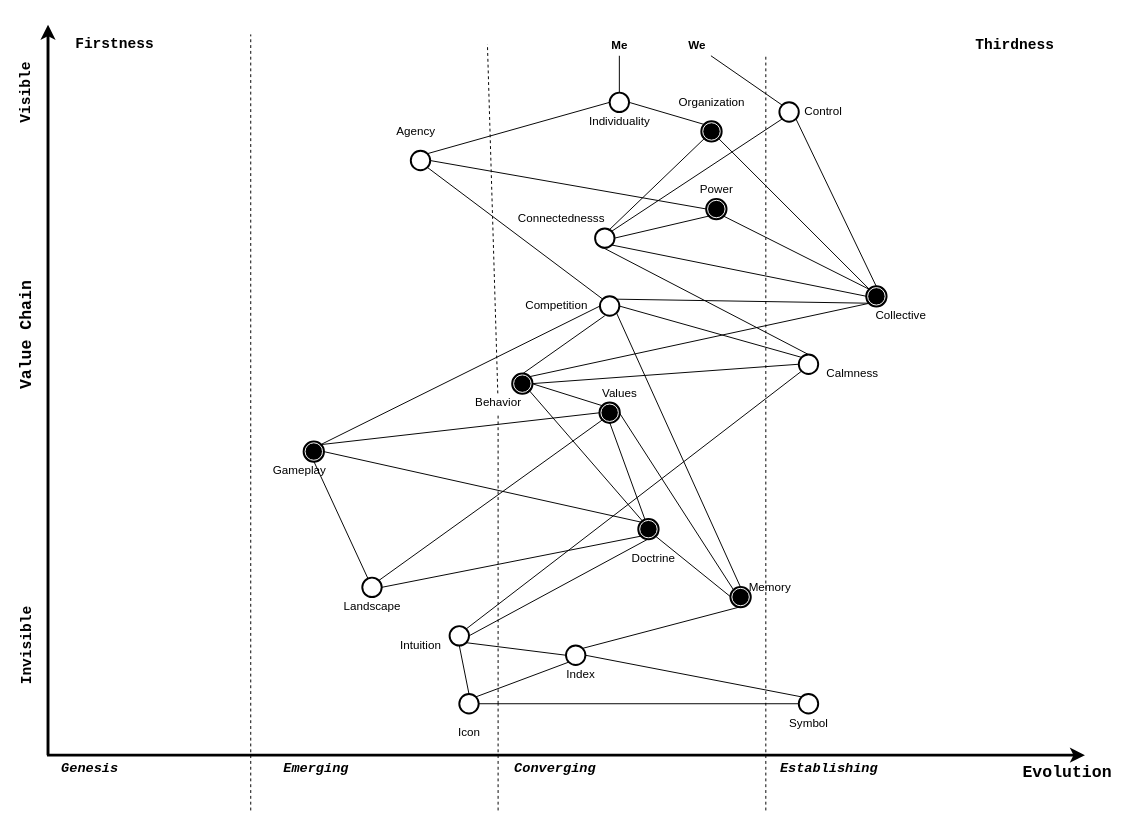
codeaudit/1 keeps this draw.io diagram as wardley_triadic_map.drawio. Above is the earlier version. Source tidied: cells renumbered, new cells numbered last; positions are measured from the earlier drawing's top-left corner, leaving out a move shared by most shapes. Both pictures are drawn from the tidied source at 97%, with x=0, y=0 at pixel (-36, 24).
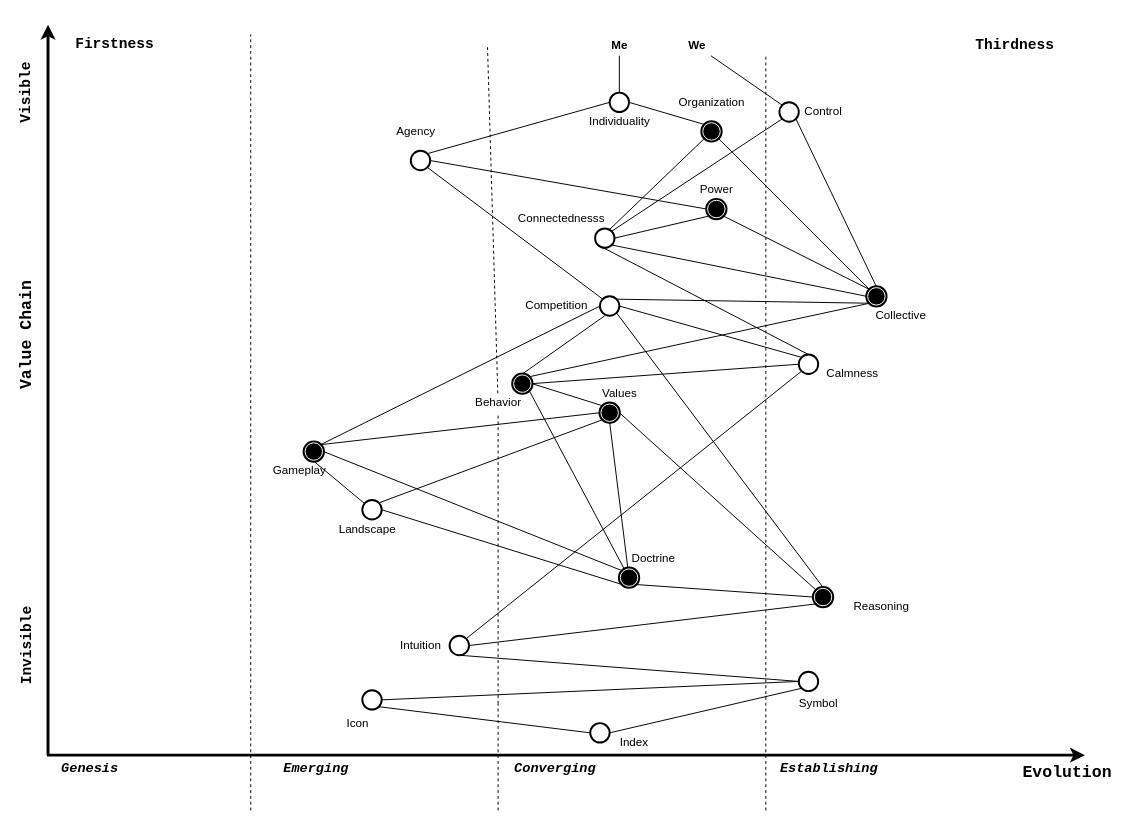
The same diagram, later.

Unchanged cells that the change refers to:
```xml
<mxCell id="33" style="shape=mxgraph.bpmn.shape;html=1;verticalLabelPosition=bottom;labelBackgroundColor=#ffffff;verticalAlign=top;align=center;perimeter=ellipsePerimeter;outlineConnect=0;outline=end;symbol=terminate;rotation=0;fontStyle=1;" parent="1" vertex="1">
  <mxGeometry x="565" y="360" width="20" height="20" as="geometry" />
</mxCell>
<mxCell id="38" value="Doctrine" style="text;html=1;align=center;verticalAlign=middle;points=[];" parent="1" vertex="1">
  <mxGeometry x="680" y="540" width="60" height="20" as="geometry" />
</mxCell>
```

Change to the diagram source:
```diff
@@
     <mxCell id="37" style="shape=mxgraph.bpmn.shape;html=1;verticalLabelPosition=bottom;labelBackgroundColor=#ffffff;verticalAlign=top;align=center;perimeter=ellipsePerimeter;outlineConnect=0;outline=end;symbol=terminate;rotation=0;fontStyle=1;" parent="1" vertex="1">
-      <mxGeometry x="695" y="510" width="20" height="20" as="geometry" />
+      <mxGeometry x="675" y="560" width="20" height="20" as="geometry" />
     </mxCell>
@@
     <mxCell id="39" style="ellipse;whiteSpace=wrap;html=1;strokeColor=#000000;fillColor=#ffffff;fontFamily=Helvetica;fontSize=13;align=center;strokeWidth=2;" parent="1" vertex="1">
-      <mxGeometry x="500" y="620" width="20" height="20" as="geometry" />
+      <mxGeometry x="500" y="630" width="20" height="20" as="geometry" />
     </mxCell>
@@
     <mxCell id="41" style="ellipse;whiteSpace=wrap;html=1;strokeColor=#000000;fillColor=#ffffff;fontFamily=Helvetica;fontSize=13;align=center;strokeWidth=2;" parent="1" vertex="1">
-      <mxGeometry x="620" y="640" width="20" height="20" as="geometry" />
+      <mxGeometry x="645" y="720" width="20" height="20" as="geometry" />
     </mxCell>
     <mxCell id="42" value="Landscape" style="text;html=1;align=center;verticalAlign=middle;" parent="1" vertex="1">
-      <mxGeometry x="385" y="590" width="70" height="20" as="geometry" />
+      <mxGeometry x="380" y="510" width="70" height="20" as="geometry" />
     </mxCell>
     <mxCell id="43" style="ellipse;whiteSpace=wrap;html=1;strokeColor=#000000;fillColor=#ffffff;fontFamily=Helvetica;fontSize=13;align=center;strokeWidth=2;" parent="1" vertex="1">
-      <mxGeometry x="860" y="690" width="20" height="20" as="geometry" />
+      <mxGeometry x="860" y="667" width="20" height="20" as="geometry" />
     </mxCell>
     <mxCell id="44" value="Symbol" style="text;html=1;align=center;verticalAlign=middle;" parent="1" vertex="1">
-      <mxGeometry x="840" y="710" width="60" height="20" as="geometry" />
+      <mxGeometry x="850" y="690" width="60" height="20" as="geometry" />
     </mxCell>
     <mxCell id="45" style="ellipse;whiteSpace=wrap;html=1;strokeColor=#000000;fillColor=#ffffff;fontFamily=Helvetica;fontSize=13;align=center;strokeWidth=2;" parent="1" vertex="1">
-      <mxGeometry x="510" y="690" width="20" height="20" as="geometry" />
+      <mxGeometry x="410" y="686" width="20" height="20" as="geometry" />
     </mxCell>
     <mxCell id="46" value="Icon" style="text;html=1;align=center;verticalAlign=middle;" parent="1" vertex="1">
-      <mxGeometry x="500" y="720" width="40" height="20" as="geometry" />
+      <mxGeometry x="385" y="710" width="40" height="20" as="geometry" />
     </mxCell>
     <mxCell id="47" style="shape=mxgraph.bpmn.shape;html=1;verticalLabelPosition=bottom;labelBackgroundColor=#ffffff;verticalAlign=top;align=center;perimeter=ellipsePerimeter;outlineConnect=0;outline=end;symbol=terminate;rotation=0;fontStyle=1;" parent="1" vertex="1">
-      <mxGeometry x="790" y="580" width="20" height="20" as="geometry" />
+      <mxGeometry x="875" y="580" width="20" height="20" as="geometry" />
     </mxCell>
-    <mxCell id="48" value="Memory" style="text;html=1;align=center;verticalAlign=middle;" parent="1" vertex="1">
-      <mxGeometry x="800" y="570" width="60" height="20" as="geometry" />
+    <mxCell id="48" value="Reasoning" style="text;html=1;align=center;verticalAlign=middle;" parent="1" vertex="1">
+      <mxGeometry x="910" y="590" width="70" height="20" as="geometry" />
     </mxCell>
@@
-    <mxCell id="76" style="endArrow=none;html=1;strokeColor=#000000;strokeWidth=1;fontFamily=Courier New;fontSize=14;fontColor=#000000;exitX=0.5;exitY=1;exitDx=0;exitDy=0;" parent="1" edge="1" source="37">
-      <mxGeometry relative="1" as="geometry">
-        <mxPoint x="520" y="630" as="targetPoint" />
-      </mxGeometry>
-    </mxCell>
-    <mxCell id="77" style="endArrow=none;html=1;strokeColor=#000000;strokeWidth=1;fontFamily=Courier New;fontSize=14;fontColor=#000000;entryX=0.5;entryY=1;entryDx=0;entryDy=0;exitX=0.5;exitY=0;exitDx=0;exitDy=0;" parent="1" edge="1" source="45" target="39">
+    <mxCell id="77" style="endArrow=none;html=1;strokeColor=#000000;strokeWidth=1;fontFamily=Courier New;fontSize=14;fontColor=#000000;entryX=0.5;entryY=1;entryDx=0;entryDy=0;exitX=0;exitY=0.5;exitDx=0;exitDy=0;" parent="1" edge="1" source="43" target="39">
       <mxGeometry relative="1" as="geometry" />
     </mxCell>
-    <mxCell id="78" style="endArrow=none;html=1;strokeColor=#000000;strokeWidth=1;fontFamily=Courier New;fontSize=14;fontColor=#000000;entryX=1;entryY=1;entryDx=0;entryDy=0;exitX=0;exitY=0.5;exitDx=0;exitDy=0;" parent="1" edge="1" source="41" target="39">
-      <mxGeometry relative="1" as="geometry" />
-    </mxCell>
     <mxCell id="79" value="Index" style="text;html=1;align=center;verticalAlign=middle;" parent="1" vertex="1">
-      <mxGeometry x="615" y="660" width="40" height="20" as="geometry" />
+      <mxGeometry x="670" y="730" width="40" height="20" as="geometry" />
     </mxCell>
@@
-    <mxCell id="81" style="endArrow=none;html=1;strokeColor=#000000;strokeWidth=1;fontFamily=Courier New;fontSize=14;fontColor=#000000;entryX=1;entryY=0.5;entryDx=0;entryDy=0;exitX=0;exitY=0;exitDx=0;exitDy=0;" parent="1" edge="1" source="43" target="41">
+    <mxCell id="81" style="endArrow=none;html=1;strokeColor=#000000;strokeWidth=1;fontFamily=Courier New;fontSize=14;fontColor=#000000;entryX=1;entryY=0.5;entryDx=0;entryDy=0;exitX=0;exitY=1;exitDx=0;exitDy=0;" parent="1" edge="1" source="43" target="41">
       <mxGeometry relative="1" as="geometry" />
     </mxCell>
@@
-    <mxCell id="83" style="endArrow=none;html=1;strokeColor=#000000;strokeWidth=1;fontFamily=Courier New;fontSize=14;fontColor=#000000;entryX=0.5;entryY=1;entryDx=0;entryDy=0;exitX=1;exitY=0;exitDx=0;exitDy=0;" parent="1" edge="1" source="41" target="47">
-      <mxGeometry relative="1" as="geometry" />
-    </mxCell>
-    <mxCell id="84" style="endArrow=none;html=1;strokeColor=#000000;strokeWidth=1;fontFamily=Courier New;fontSize=14;fontColor=#000000;entryX=0;entryY=1;entryDx=0;entryDy=0;exitX=1;exitY=0;exitDx=0;exitDy=0;" parent="1" edge="1" source="45" target="41">
+    <mxCell id="84" style="endArrow=none;html=1;strokeColor=#000000;strokeWidth=1;fontFamily=Courier New;fontSize=14;fontColor=#000000;entryX=0;entryY=0.5;entryDx=0;entryDy=0;exitX=1;exitY=1;exitDx=0;exitDy=0;" parent="1" edge="1" source="45" target="41">
       <mxGeometry relative="1" as="geometry" />
     </mxCell>
@@
     <mxCell id="89" style="ellipse;whiteSpace=wrap;html=1;strokeColor=#000000;fillColor=#ffffff;fontFamily=Helvetica;fontSize=13;align=center;strokeWidth=2;" parent="1" vertex="1">
-      <mxGeometry x="410" y="570" width="20" height="20" as="geometry" />
+      <mxGeometry x="410" y="490" width="20" height="20" as="geometry" />
     </mxCell>
-    <mxCell id="90" style="endArrow=none;html=1;strokeColor=#000000;strokeWidth=1;fontFamily=Courier New;fontSize=14;fontColor=#000000;entryX=0.855;entryY=0.855;entryDx=0;entryDy=0;entryPerimeter=0;" parent="1" edge="1" target="33">
-      <mxGeometry relative="1" as="geometry">
-        <mxPoint x="700" y="513" as="sourcePoint" />
-      </mxGeometry>
+    <mxCell id="90" style="endArrow=none;html=1;strokeColor=#000000;strokeWidth=1;fontFamily=Courier New;fontSize=14;fontColor=#000000;entryX=0.855;entryY=0.855;entryDx=0;entryDy=0;entryPerimeter=0;exitX=0;exitY=1.05;exitDx=0;exitDy=0;exitPerimeter=0;" parent="1" edge="1" source="38" target="33">
+      <mxGeometry relative="1" as="geometry" />
     </mxCell>
@@
+    <mxCell id="98" style="endArrow=none;html=1;strokeColor=#000000;strokeWidth=1;fontFamily=Courier New;fontSize=14;fontColor=#000000;exitX=1;exitY=0.5;exitDx=0;exitDy=0;entryX=0.145;entryY=0.855;entryDx=0;entryDy=0;entryPerimeter=0;" parent="1" edge="1" source="39" target="47">
+      <mxGeometry relative="1" as="geometry" />
+    </mxCell>
```
